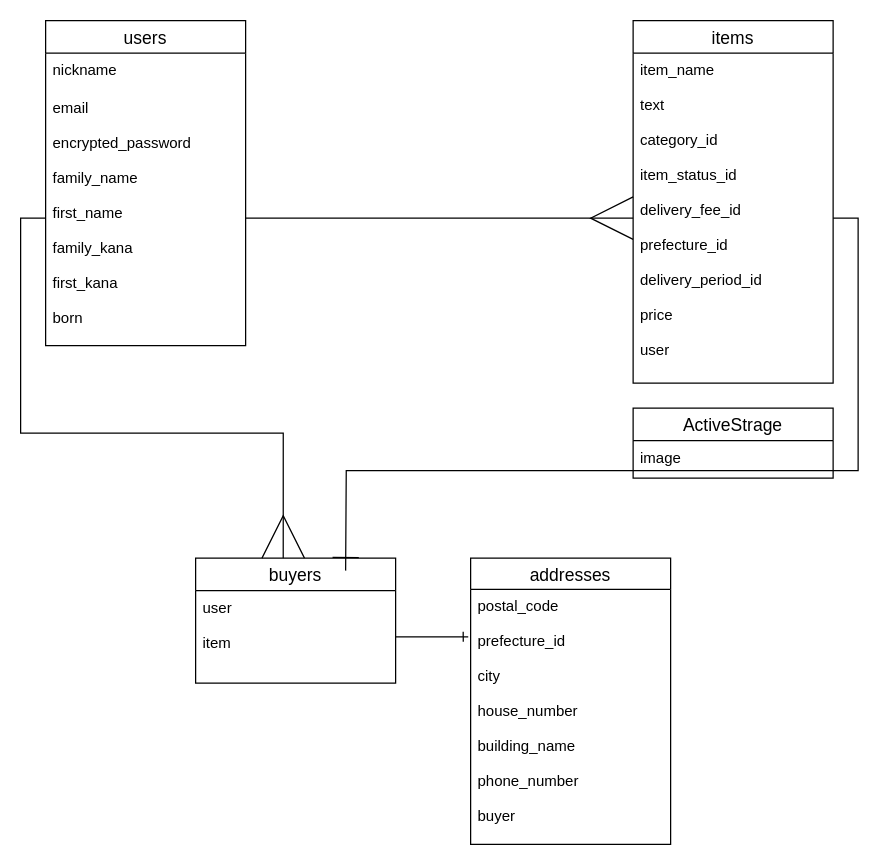
Earlier version of the draw.io diagram er.dio (atsushikitamura/furima-35862). Source tidied: cells renumbered, new cells numbered last; positions are measured from the earlier drawing's top-left corner, leaving out a move shared by most shapes. Both pictures are drawn from the tidied source at 125%, with x=0, y=0 at pixel (45, 20).
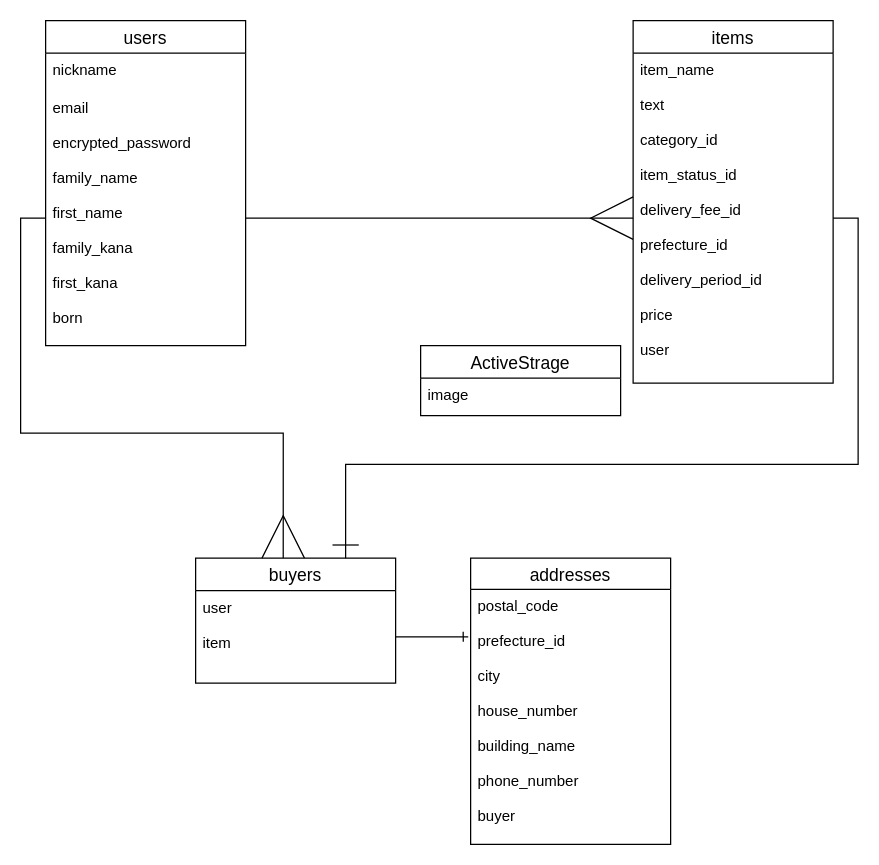
Above is the later version.

Diff of the diagram source:
```diff
@@
 <mxGraphModel>
   <root>
     <mxCell id="0" />
     <mxCell id="1" parent="0" />
     <mxCell id="2" value="users" style="swimlane;fontStyle=0;horizontal=1;startSize=26;align=center;fontSize=14;" parent="1" vertex="1">
       <mxGeometry width="160" height="260" as="geometry" />
     </mxCell>
     <mxCell id="3" value="nickname" style="text;strokeColor=none;fillColor=none;spacingLeft=4;spacingRight=4;overflow=hidden;fontSize=12;" parent="2" vertex="1">
       <mxGeometry y="26" width="160" height="30" as="geometry" />
     </mxCell>
     <mxCell id="4" value="email&#10;&#10;encrypted_password&#10;&#10;family_name&#10;&#10;first_name&#10;&#10;family_kana&#10;&#10;first_kana&#10;&#10;born" style="text;strokeColor=none;fillColor=none;spacingLeft=4;spacingRight=4;overflow=hidden;points=[[0,0.5],[1,0.5]];portConstraint=eastwest;fontSize=12;" parent="2" vertex="1">
       <mxGeometry y="56" width="160" height="204" as="geometry" />
     </mxCell>
     <mxCell id="5" value="items" style="swimlane;fontStyle=0;horizontal=1;startSize=26;align=center;fontSize=14;" parent="1" vertex="1">
       <mxGeometry x="470" width="160" height="290" as="geometry" />
     </mxCell>
     <mxCell id="6" value="item_name&#10;&#10;text&#10;&#10;category_id&#10;&#10;item_status_id&#10;&#10;delivery_fee_id&#10;&#10;prefecture_id&#10;&#10;delivery_period_id&#10;&#10;price&#10;&#10;user" style="text;strokeColor=none;fillColor=none;spacingLeft=4;spacingRight=4;overflow=hidden;points=[[0,0.5],[1,0.5]];portConstraint=eastwest;fontSize=12;" parent="5" vertex="1">
       <mxGeometry y="26" width="160" height="264" as="geometry" />
     </mxCell>
     <mxCell id="7" value="addresses" style="swimlane;fontStyle=0;horizontal=1;startSize=25;align=center;fontSize=14;" parent="1" vertex="1">
       <mxGeometry x="340" y="430" width="160" height="229" as="geometry" />
     </mxCell>
     <mxCell id="8" value="postal_code&#10;&#10;prefecture_id&#10;&#10;city&#10;&#10;house_number&#10;&#10;building_name&#10;&#10;phone_number&#10;&#10;buyer" style="text;strokeColor=none;fillColor=none;spacingLeft=4;spacingRight=4;overflow=hidden;points=[[0,0.5],[1,0.5]];portConstraint=eastwest;fontSize=12;" parent="7" vertex="1">
       <mxGeometry y="25" width="160" height="204" as="geometry" />
     </mxCell>
     <mxCell id="9" value="ActiveStrage" style="swimlane;fontStyle=0;horizontal=1;startSize=26;align=center;fontSize=14;" parent="1" vertex="1">
-      <mxGeometry x="470" y="310" width="160" height="56" as="geometry" />
+      <mxGeometry x="300" y="260" width="160" height="56" as="geometry" />
     </mxCell>
     <mxCell id="10" value="image" style="text;strokeColor=none;fillColor=none;spacingLeft=4;spacingRight=4;overflow=hidden;fontSize=12;" parent="9" vertex="1">
       <mxGeometry y="26" width="160" height="30" as="geometry" />
     </mxCell>
     <mxCell id="11" value="buyers" style="swimlane;fontStyle=0;horizontal=1;startSize=26;align=center;fontSize=14;" parent="1" vertex="1">
       <mxGeometry x="120" y="430" width="160" height="100" as="geometry" />
     </mxCell>
     <mxCell id="12" value="user&#10;&#10;item&#10;" style="text;strokeColor=none;fillColor=none;spacingLeft=4;spacingRight=4;overflow=hidden;points=[[0,0.5],[1,0.5]];portConstraint=eastwest;fontSize=12;" parent="11" vertex="1">
       <mxGeometry y="26" width="160" height="74" as="geometry" />
     </mxCell>
     <mxCell id="13" style="edgeStyle=orthogonalEdgeStyle;rounded=0;jettySize=auto;html=1;exitX=1;exitY=0.5;exitDx=0;exitDy=0;entryX=-0.012;entryY=0.186;entryDx=0;entryDy=0;entryPerimeter=0;endArrow=ERone;endFill=0;" parent="1" edge="1" source="12" target="8">
       <mxGeometry relative="1" as="geometry" />
     </mxCell>
     <mxCell id="14" style="edgeStyle=orthogonalEdgeStyle;rounded=0;jettySize=auto;html=1;exitX=1;exitY=0.5;exitDx=0;exitDy=0;endArrow=ERmany;endFill=0;entryX=0;entryY=0.5;entryDx=0;entryDy=0;endSize=32;" parent="1" edge="1" source="4" target="6">
       <mxGeometry relative="1" as="geometry" />
     </mxCell>
     <mxCell id="15" style="edgeStyle=orthogonalEdgeStyle;rounded=0;jettySize=auto;html=1;exitX=0;exitY=0.5;exitDx=0;exitDy=0;entryX=0.438;entryY=0;entryDx=0;entryDy=0;entryPerimeter=0;endArrow=ERmany;endFill=0;endSize=32;" parent="1" edge="1" source="4" target="11">
       <mxGeometry relative="1" as="geometry" />
     </mxCell>
-    <mxCell id="16" style="edgeStyle=orthogonalEdgeStyle;rounded=0;jettySize=auto;html=1;exitX=1;exitY=0.5;exitDx=0;exitDy=0;endArrow=ERone;endFill=0;endSize=19;" parent="1" edge="1" source="6">
-      <mxGeometry relative="1" as="geometry">
-        <mxPoint x="240" y="440" as="targetPoint" />
-      </mxGeometry>
+    <mxCell id="16" style="edgeStyle=orthogonalEdgeStyle;rounded=0;jettySize=auto;html=1;exitX=1;exitY=0.5;exitDx=0;exitDy=0;endArrow=ERone;endFill=0;endSize=19;entryX=0.75;entryY=0;entryDx=0;entryDy=0;" parent="1" edge="1" source="6" target="11">
+      <mxGeometry relative="1" as="geometry" />
     </mxCell>
   </root>
 </mxGraphModel>
```
